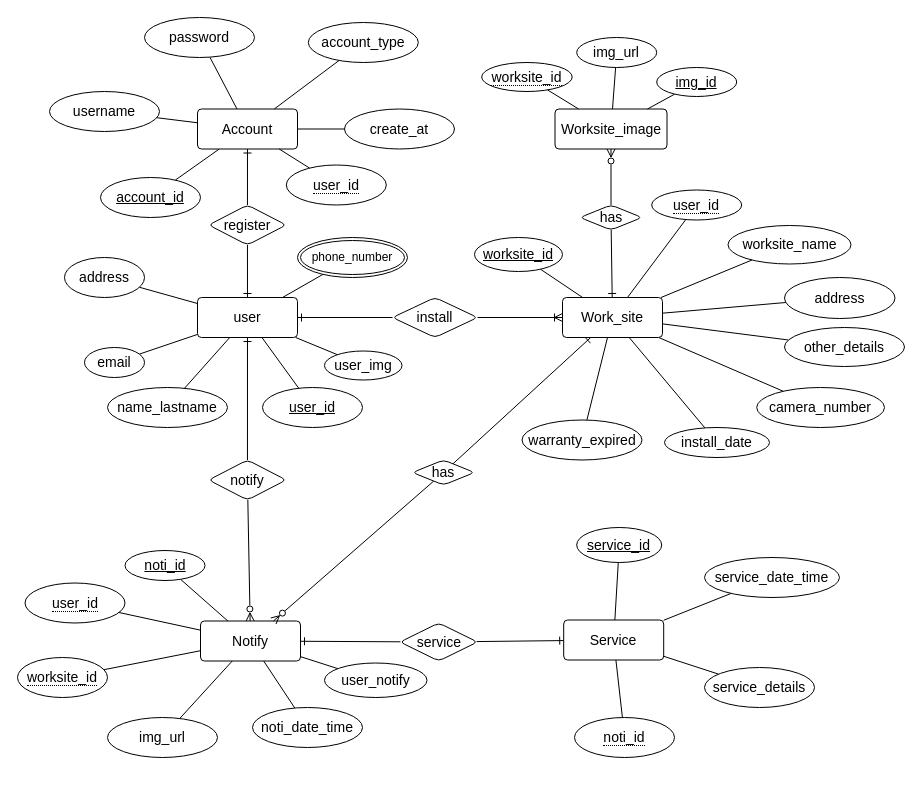
Before: design/ERD.drawio in Roseedee/CCTVWebService-PHP, a draw.io diagram. Source tidied: cells renumbered, new cells numbered last; positions are measured from the earlier drawing's top-left corner, leaving out a move shared by most shapes. Both pictures are drawn from the tidied source at 100%, with x=0, y=0 at pixel (17, 17).
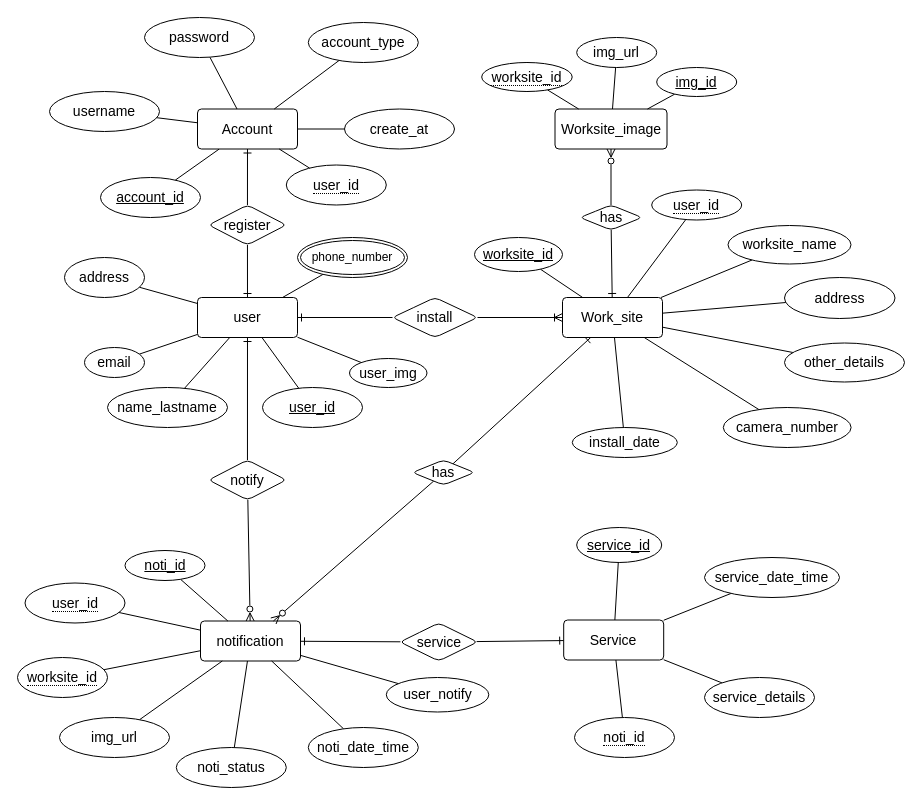
Above is the later version.

Unchanged cells that the change refers to:
```xml
<mxCell id="34" value="Work_site" style="rounded=1;arcSize=10;whiteSpace=wrap;html=1;align=center;fontSize=14;" parent="1" vertex="1">
  <mxGeometry x="545" y="280" width="100" height="40" as="geometry" />
</mxCell>
```

What changed in the source:
```diff
@@
     <mxCell id="40" value="other_details" style="ellipse;whiteSpace=wrap;html=1;align=center;fontSize=14;" parent="1" vertex="1">
-      <mxGeometry x="767" y="310" width="120" height="39" as="geometry" />
+      <mxGeometry x="767" y="325.5" width="120" height="39" as="geometry" />
     </mxCell>
@@
     <mxCell id="42" value="install_date" style="ellipse;whiteSpace=wrap;html=1;align=center;fontSize=14;" parent="1" vertex="1">
-      <mxGeometry x="647" y="410" width="105" height="30" as="geometry" />
+      <mxGeometry x="554.8" y="410" width="105" height="30" as="geometry" />
     </mxCell>
-    <mxCell id="43" style="edgeStyle=none;rounded=0;jettySize=auto;html=1;endArrow=none;endFill=0;" parent="1" edge="1" source="44" target="34">
-      <mxGeometry relative="1" as="geometry" />
-    </mxCell>
-    <mxCell id="44" value="warranty_expired" style="ellipse;whiteSpace=wrap;html=1;align=center;fontSize=14;" parent="1" vertex="1">
-      <mxGeometry x="504.5" y="402.5" width="120" height="40" as="geometry" />
-    </mxCell>
@@
-    <mxCell id="49" value="Notify" style="rounded=1;arcSize=10;whiteSpace=wrap;html=1;align=center;fontSize=14;" parent="1" vertex="1">
+    <mxCell id="49" value="notification" style="rounded=1;arcSize=10;whiteSpace=wrap;html=1;align=center;fontSize=14;" parent="1" vertex="1">
       <mxGeometry x="183" y="603.5" width="100" height="40" as="geometry" />
     </mxCell>
@@
     <mxCell id="53" value="user_notify" style="ellipse;whiteSpace=wrap;html=1;align=center;fontSize=14;" parent="1" vertex="1">
-      <mxGeometry x="307" y="645.5" width="102.5" height="34.5" as="geometry" />
+      <mxGeometry x="368.8" y="660" width="102.5" height="34.5" as="geometry" />
     </mxCell>
@@
     <mxCell id="57" value="noti_date_time" style="ellipse;whiteSpace=wrap;html=1;align=center;fontSize=14;" parent="1" vertex="1">
-      <mxGeometry x="235" y="690" width="110" height="40" as="geometry" />
+      <mxGeometry x="290.8" y="710" width="110" height="40" as="geometry" />
     </mxCell>
@@
     <mxCell id="61" value="user_img" style="ellipse;whiteSpace=wrap;html=1;align=center;fontSize=14;" parent="1" vertex="1">
-      <mxGeometry x="307" y="333.5" width="77.5" height="29" as="geometry" />
+      <mxGeometry x="332" y="341" width="77.5" height="29" as="geometry" />
     </mxCell>
@@
     <mxCell id="70" value="service_details" style="ellipse;whiteSpace=wrap;html=1;align=center;fontSize=14;" parent="1" vertex="1">
-      <mxGeometry x="687" y="650" width="110" height="40" as="geometry" />
+      <mxGeometry x="687" y="660" width="110" height="40" as="geometry" />
     </mxCell>
@@
     <mxCell id="88" value="img_url" style="ellipse;whiteSpace=wrap;html=1;align=center;fontSize=14;" parent="1" vertex="1">
-      <mxGeometry x="90" y="700" width="110" height="40" as="geometry" />
+      <mxGeometry x="42" y="700" width="110" height="40" as="geometry" />
     </mxCell>
@@
     <mxCell id="90" value="camera_number" style="ellipse;whiteSpace=wrap;html=1;align=center;fontSize=14;" parent="1" vertex="1">
-      <mxGeometry x="739.2" y="370" width="127.8" height="40" as="geometry" />
+      <mxGeometry x="705.8" y="390" width="127.8" height="40" as="geometry" />
     </mxCell>
@@
+    <mxCell id="93" style="rounded=0;jettySize=auto;html=1;endArrow=none;endFill=0;" parent="1" edge="1" source="94" target="49">
+      <mxGeometry relative="1" as="geometry" />
+    </mxCell>
+    <mxCell id="94" value="noti_status" style="ellipse;whiteSpace=wrap;html=1;align=center;fontSize=14;" parent="1" vertex="1">
+      <mxGeometry x="158.8" y="730" width="110" height="40" as="geometry" />
+    </mxCell>
```
